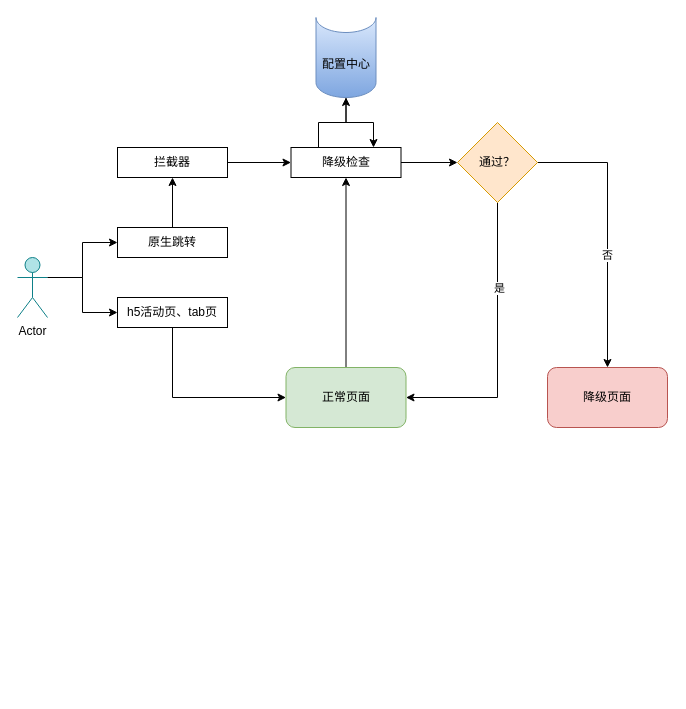
baosiqing/draw keeps this draw.io diagram as 降级.drawio. Above is the earlier version. Source tidied: cells renumbered, new cells numbered last; positions are measured from the earlier drawing's top-left corner, leaving out a move shared by most shapes. Both pictures are drawn from the tidied source at 100%, with x=0, y=0 at pixel (17, 17).
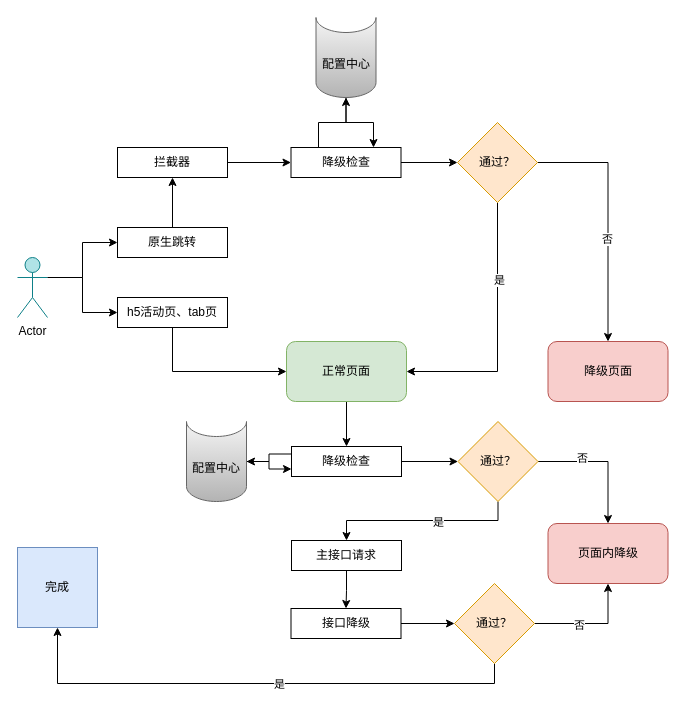
The same page after the edit.

Unchanged cells that the change refers to:
```xml
<mxCell id="13" value="降级检查" style="rounded=0;whiteSpace=wrap;html=1;" parent="1" vertex="1">
  <mxGeometry x="273.5" y="130" width="110" height="30" as="geometry" />
</mxCell>
```

Change to the diagram source:
```diff
@@
-    <mxCell id="2" style="edgeStyle=orthogonalEdgeStyle;rounded=0;jettySize=auto;html=1;exitX=0.5;exitY=0;exitDx=0;exitDy=0;entryX=0.5;entryY=1;entryDx=0;entryDy=0;" parent="1" edge="1" source="3" target="13">
-      <mxGeometry relative="1" as="geometry" />
-    </mxCell>
+    <mxCell id="24" style="edgeStyle=orthogonalEdgeStyle;rounded=0;jettySize=auto;html=1;exitX=0.5;exitY=1;exitDx=0;exitDy=0;entryX=0.5;entryY=0;entryDx=0;entryDy=0;" parent="1" edge="1" source="3" target="27">
+      <mxGeometry relative="1" as="geometry" />
+    </mxCell>
     <mxCell id="3" value="正常页面" style="rounded=1;whiteSpace=wrap;html=1;fillColor=#d5e8d4;strokeColor=#82b366;" parent="1" vertex="1">
-      <mxGeometry x="268.5" y="350" width="120" height="60" as="geometry" />
+      <mxGeometry x="269" y="324" width="120" height="60" as="geometry" />
     </mxCell>
@@
-    <mxCell id="10" value="配置中心" style="shape=cylinder3;whiteSpace=wrap;html=1;boundedLbl=1;backgroundOutline=1;size=15;lid=0;fillColor=#dae8fc;strokeColor=#6c8ebf;gradientColor=#7ea6e0;" parent="1" vertex="1">
+    <mxCell id="10" value="配置中心" style="shape=cylinder3;whiteSpace=wrap;html=1;boundedLbl=1;backgroundOutline=1;size=15;lid=0;fillColor=#f5f5f5;strokeColor=#666666;gradientColor=#b3b3b3;" parent="1" vertex="1">
       <mxGeometry x="298.5" width="60" height="80" as="geometry" />
     </mxCell>
@@
     <mxCell id="14" value="降级页面" style="rounded=1;whiteSpace=wrap;html=1;fillColor=#f8cecc;strokeColor=#b85450;" parent="1" vertex="1">
-      <mxGeometry x="530" y="350" width="120" height="60" as="geometry" />
+      <mxGeometry x="530.5" y="324" width="120" height="60" as="geometry" />
     </mxCell>
@@
+    <mxCell id="25" style="edgeStyle=orthogonalEdgeStyle;rounded=0;jettySize=auto;html=1;exitX=1;exitY=0.5;exitDx=0;exitDy=0;entryX=0;entryY=0.5;entryDx=0;entryDy=0;" parent="1" edge="1" source="27" target="34">
+      <mxGeometry relative="1" as="geometry" />
+    </mxCell>
+    <mxCell id="26" style="edgeStyle=orthogonalEdgeStyle;rounded=0;jettySize=auto;html=1;exitX=0;exitY=0.25;exitDx=0;exitDy=0;entryX=1;entryY=0.5;entryDx=0;entryDy=0;entryPerimeter=0;" parent="1" edge="1" source="27" target="45">
+      <mxGeometry relative="1" as="geometry" />
+    </mxCell>
+    <mxCell id="27" value="降级检查" style="rounded=0;whiteSpace=wrap;html=1;" parent="1" vertex="1">
+      <mxGeometry x="274" y="429" width="110" height="30" as="geometry" />
+    </mxCell>
+    <mxCell id="28" style="edgeStyle=orthogonalEdgeStyle;rounded=0;jettySize=auto;html=1;exitX=0.5;exitY=1;exitDx=0;exitDy=0;" parent="1" edge="1" source="29" target="42">
+      <mxGeometry relative="1" as="geometry" />
+    </mxCell>
+    <mxCell id="29" value="主接口请求" style="rounded=0;whiteSpace=wrap;html=1;" parent="1" vertex="1">
+      <mxGeometry x="274" y="523" width="110" height="30" as="geometry" />
+    </mxCell>
+    <mxCell id="30" style="edgeStyle=orthogonalEdgeStyle;rounded=0;jettySize=auto;html=1;exitX=0.5;exitY=1;exitDx=0;exitDy=0;entryX=0.5;entryY=0;entryDx=0;entryDy=0;" parent="1" edge="1" source="34" target="29">
+      <mxGeometry relative="1" as="geometry">
+        <Array as="points">
+          <mxPoint x="481" y="503" />
+          <mxPoint x="329" y="503" />
+        </Array>
+      </mxGeometry>
+    </mxCell>
+    <mxCell id="31" value="是" style="edgeLabel;html=1;align=center;verticalAlign=middle;" parent="30" vertex="1">
+      <mxGeometry x="-0.17" y="1" relative="1" as="geometry" />
+    </mxCell>
+    <mxCell id="32" style="edgeStyle=orthogonalEdgeStyle;rounded=0;jettySize=auto;html=1;exitX=1;exitY=0.5;exitDx=0;exitDy=0;" parent="1" edge="1" source="34" target="40">
+      <mxGeometry relative="1" as="geometry" />
+    </mxCell>
+    <mxCell id="33" value="否" style="edgeLabel;html=1;align=center;verticalAlign=middle;" parent="32" vertex="1">
+      <mxGeometry x="-0.34" y="4" relative="1" as="geometry" />
+    </mxCell>
+    <mxCell id="34" value="通过？" style="rhombus;whiteSpace=wrap;html=1;fillColor=#ffe6cc;strokeColor=#d79b00;" parent="1" vertex="1">
+      <mxGeometry x="440.5" y="404" width="80" height="80" as="geometry" />
+    </mxCell>
+    <mxCell id="35" style="edgeStyle=orthogonalEdgeStyle;rounded=0;jettySize=auto;html=1;exitX=1;exitY=0.5;exitDx=0;exitDy=0;entryX=0.5;entryY=1;entryDx=0;entryDy=0;" parent="1" edge="1" source="39" target="40">
+      <mxGeometry relative="1" as="geometry" />
+    </mxCell>
+    <mxCell id="36" value="否" style="edgeLabel;html=1;align=center;verticalAlign=middle;" parent="35" vertex="1">
+      <mxGeometry x="-0.22" y="-1" relative="1" as="geometry" />
+    </mxCell>
+    <mxCell id="37" style="edgeStyle=orthogonalEdgeStyle;rounded=0;jettySize=auto;html=1;exitX=0.5;exitY=1;exitDx=0;exitDy=0;entryX=0.5;entryY=1;entryDx=0;entryDy=0;" parent="1" edge="1" source="39" target="43">
+      <mxGeometry relative="1" as="geometry" />
+    </mxCell>
+    <mxCell id="38" value="是" style="edgeLabel;html=1;align=center;verticalAlign=middle;" parent="37" vertex="1">
+      <mxGeometry x="-0.08" relative="1" as="geometry" />
+    </mxCell>
+    <mxCell id="39" value="通过？" style="rhombus;whiteSpace=wrap;html=1;fillColor=#ffe6cc;strokeColor=#d79b00;" parent="1" vertex="1">
+      <mxGeometry x="437" y="566" width="80" height="80" as="geometry" />
+    </mxCell>
+    <mxCell id="40" value="页面内降级" style="rounded=1;whiteSpace=wrap;html=1;fillColor=#f8cecc;strokeColor=#b85450;" parent="1" vertex="1">
+      <mxGeometry x="530.5" y="506" width="120" height="60" as="geometry" />
+    </mxCell>
+    <mxCell id="41" style="edgeStyle=orthogonalEdgeStyle;rounded=0;jettySize=auto;html=1;exitX=1;exitY=0.5;exitDx=0;exitDy=0;" parent="1" edge="1" source="42" target="39">
+      <mxGeometry relative="1" as="geometry" />
+    </mxCell>
+    <mxCell id="42" value="接口降级" style="rounded=0;whiteSpace=wrap;html=1;" parent="1" vertex="1">
+      <mxGeometry x="273.5" y="591" width="110" height="30" as="geometry" />
+    </mxCell>
+    <mxCell id="43" value="完成" style="whiteSpace=wrap;html=1;fillColor=#dae8fc;strokeColor=#6c8ebf;" parent="1" vertex="1">
+      <mxGeometry y="530" width="80" height="80" as="geometry" />
+    </mxCell>
+    <mxCell id="44" style="edgeStyle=orthogonalEdgeStyle;rounded=0;jettySize=auto;html=1;exitX=1;exitY=0.5;exitDx=0;exitDy=0;exitPerimeter=0;entryX=0;entryY=0.75;entryDx=0;entryDy=0;" parent="1" edge="1" source="45" target="27">
+      <mxGeometry relative="1" as="geometry" />
+    </mxCell>
+    <mxCell id="45" value="配置中心" style="shape=cylinder3;whiteSpace=wrap;html=1;boundedLbl=1;backgroundOutline=1;size=15;lid=0;fillColor=#f5f5f5;strokeColor=#666666;gradientColor=#b3b3b3;" parent="1" vertex="1">
+      <mxGeometry x="169" y="404" width="60" height="80" as="geometry" />
+    </mxCell>
```
